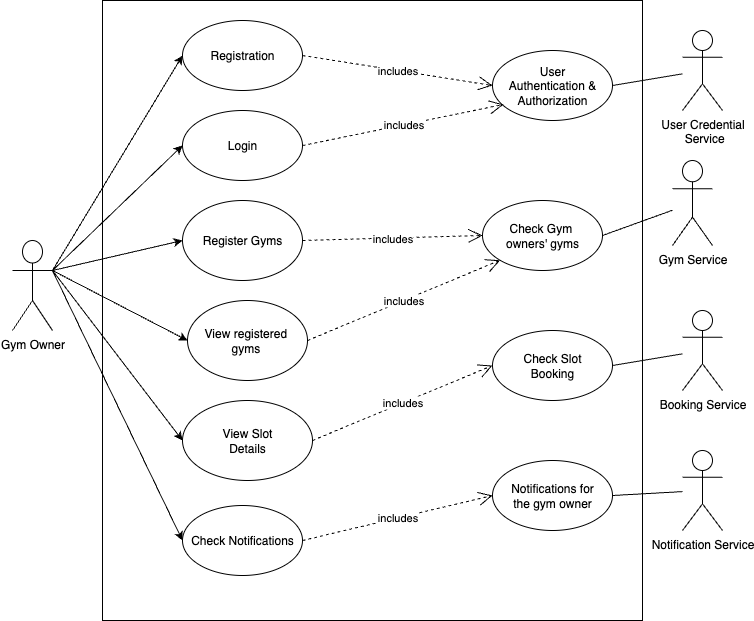
Above: UML-Artifacts/Flipfit-Usecase-Diagrams/gym-owner-UC.drawio.png in ihita2812/JEDI-Flipkart-Development-Group-B (draw.io), before the change. Source tidied: cells renumbered, new cells last; positions are measured from the earlier drawing's top-left corner, leaving out a move shared by most shapes.
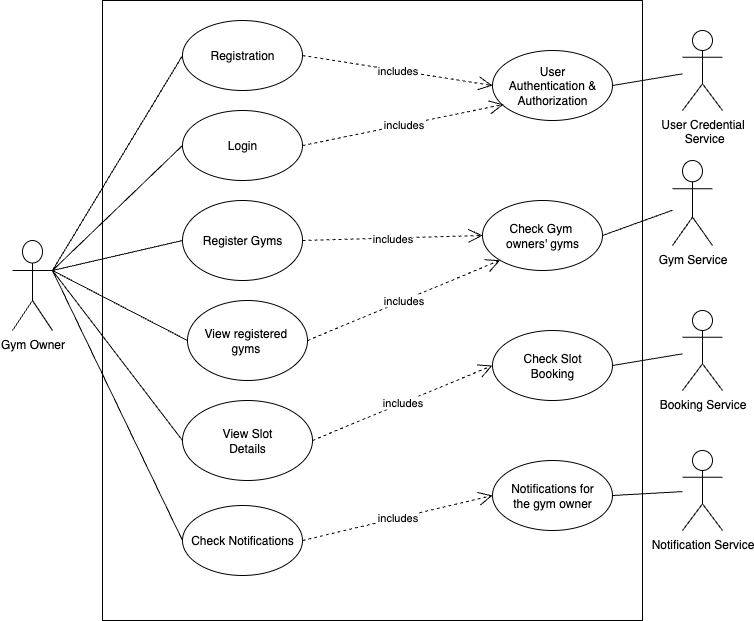
The same file after the commit.

The edit, as a diff of the source:
```diff
@@ -11,13 +11,13 @@
     <mxCell id="4" value="Registration" style="ellipse;whiteSpace=wrap;html=1;" parent="1" vertex="1">
       <mxGeometry x="170" y="20" width="120" height="70" as="geometry" />
     </mxCell>
-    <mxCell id="5" style="endArrow=classic;html=1;rounded=0;exitX=1;exitY=0.3333333333333333;exitDx=0;exitDy=0;exitPerimeter=0;entryX=0;entryY=0.5;entryDx=0;entryDy=0;" parent="1" edge="1" source="3" target="4">
+    <mxCell id="5" style="endArrow=none;html=1;rounded=0;exitX=1;exitY=0.3333333333333333;exitDx=0;exitDy=0;exitPerimeter=0;entryX=0;entryY=0.5;entryDx=0;entryDy=0;endFill=0;" parent="1" edge="1" source="3" target="4">
       <mxGeometry relative="1" as="geometry" />
     </mxCell>
     <mxCell id="6" value="Login" style="ellipse;whiteSpace=wrap;html=1;" parent="1" vertex="1">
       <mxGeometry x="170" y="110" width="120" height="70" as="geometry" />
     </mxCell>
-    <mxCell id="7" style="endArrow=classic;html=1;rounded=0;exitX=1;exitY=0.3333333333333333;exitDx=0;exitDy=0;exitPerimeter=0;entryX=0;entryY=0.5;entryDx=0;entryDy=0;" parent="1" edge="1" source="3" target="6">
+    <mxCell id="7" style="endArrow=none;html=1;rounded=0;exitX=1;exitY=0.3333333333333333;exitDx=0;exitDy=0;exitPerimeter=0;entryX=0;entryY=0.5;entryDx=0;entryDy=0;endFill=0;" parent="1" edge="1" source="3" target="6">
       <mxGeometry relative="1" as="geometry" />
     </mxCell>
     <mxCell id="8" value="View registered&amp;nbsp;&lt;div&gt;gyms&amp;nbsp;&lt;/div&gt;" style="ellipse;whiteSpace=wrap;html=1;" parent="1" vertex="1">
@@ -29,16 +29,16 @@
     <mxCell id="10" value="User&lt;div&gt;Authentication &amp;amp;&lt;/div&gt;&lt;div&gt;Authorization&lt;/div&gt;" style="ellipse;whiteSpace=wrap;html=1;" parent="1" vertex="1">
       <mxGeometry x="480" y="50" width="120" height="70" as="geometry" />
     </mxCell>
-    <mxCell id="11" style="endArrow=classic;html=1;rounded=0;exitX=1;exitY=0.3333333333333333;exitDx=0;exitDy=0;exitPerimeter=0;entryX=0;entryY=0.5;entryDx=0;entryDy=0;" parent="1" edge="1" source="3" target="8">
+    <mxCell id="11" style="endArrow=none;html=1;rounded=0;exitX=1;exitY=0.3333333333333333;exitDx=0;exitDy=0;exitPerimeter=0;entryX=0;entryY=0.5;entryDx=0;entryDy=0;endFill=0;" parent="1" edge="1" source="3" target="8">
       <mxGeometry relative="1" as="geometry" />
     </mxCell>
-    <mxCell id="12" style="endArrow=classic;html=1;rounded=0;exitX=1;exitY=0.3333333333333333;exitDx=0;exitDy=0;exitPerimeter=0;entryX=0;entryY=0.5;entryDx=0;entryDy=0;" parent="1" edge="1" source="3" target="9">
+    <mxCell id="12" style="endArrow=none;html=1;rounded=0;exitX=1;exitY=0.3333333333333333;exitDx=0;exitDy=0;exitPerimeter=0;entryX=0;entryY=0.5;entryDx=0;entryDy=0;endFill=0;" parent="1" edge="1" source="3" target="9">
       <mxGeometry relative="1" as="geometry" />
     </mxCell>
     <mxCell id="13" value="Register Gyms" style="ellipse;whiteSpace=wrap;html=1;" parent="1" vertex="1">
       <mxGeometry x="170" y="200" width="120" height="80" as="geometry" />
     </mxCell>
-    <mxCell id="14" style="endArrow=classic;html=1;rounded=0;entryX=0;entryY=0.5;entryDx=0;entryDy=0;" parent="1" edge="1" target="13">
+    <mxCell id="14" style="endArrow=none;html=1;rounded=0;entryX=0;entryY=0.5;entryDx=0;entryDy=0;endFill=0;" parent="1" edge="1" target="13">
       <mxGeometry relative="1" as="geometry">
         <mxPoint x="40" y="270" as="sourcePoint" />
       </mxGeometry>
@@ -58,7 +58,7 @@
     <mxCell id="19" value="Check Notifications" style="ellipse;whiteSpace=wrap;html=1;" parent="1" vertex="1">
       <mxGeometry x="170" y="505" width="120" height="70" as="geometry" />
     </mxCell>
-    <mxCell id="20" style="endArrow=classic;html=1;rounded=0;exitX=1;exitY=0.3333333333333333;exitDx=0;exitDy=0;exitPerimeter=0;entryX=0;entryY=0.5;entryDx=0;entryDy=0;" parent="1" edge="1" source="3" target="19">
+    <mxCell id="20" style="endArrow=none;html=1;rounded=0;exitX=1;exitY=0.3333333333333333;exitDx=0;exitDy=0;exitPerimeter=0;entryX=0;entryY=0.5;entryDx=0;entryDy=0;endFill=0;" parent="1" edge="1" source="3" target="19">
       <mxGeometry relative="1" as="geometry" />
     </mxCell>
     <mxCell id="21" value="Notifications&amp;nbsp;&lt;span style=&quot;background-color: transparent; color: light-dark(rgb(0, 0, 0), rgb(255, 255, 255));&quot;&gt;for&lt;/span&gt;&lt;div&gt;&lt;span style=&quot;background-color: transparent; color: light-dark(rgb(0, 0, 0), rgb(255, 255, 255));&quot;&gt;the gym owner&lt;/span&gt;&lt;/div&gt;" style="ellipse;whiteSpace=wrap;html=1;" parent="1" vertex="1">
```
